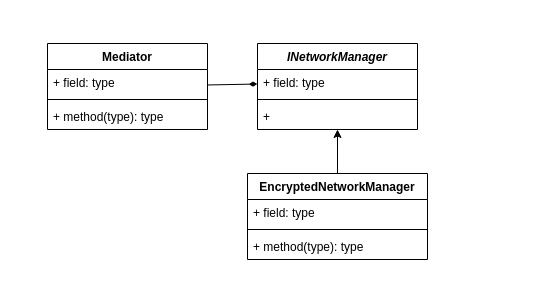
ahmedmagdy492/Snakes-And-Ladders keeps this draw.io diagram as Plan/Networking/.drawio. Above is the earlier version. Source tidied: cells renumbered, new cells numbered last; positions are measured from the earlier drawing's top-left corner, leaving out a move shared by most shapes. Both pictures are drawn from the tidied source at 100%, with x=0, y=0 at pixel (47, 43).
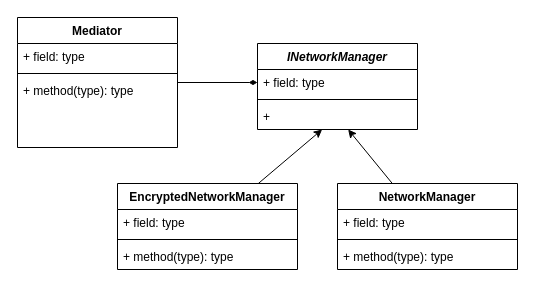
Above is the later version.

Unchanged cells that the change refers to:
```xml
<mxCell id="5" value="+&amp;nbsp;" style="text;strokeColor=none;fillColor=none;align=left;verticalAlign=top;spacingLeft=4;spacingRight=4;overflow=hidden;points=[[0,0.5],[1,0.5]];portConstraint=eastwest;whiteSpace=wrap;html=1;" parent="2" vertex="1">
  <mxGeometry y="60" width="160" height="26" as="geometry" />
</mxCell>
```

The edit, as a diff of the source:
```diff
@@
     <mxCell id="7" value="Mediator" style="swimlane;fontStyle=1;align=center;verticalAlign=top;horizontal=1;startSize=26;whiteSpace=wrap;html=1;" parent="1" vertex="1">
-      <mxGeometry width="160" height="86" as="geometry" />
+      <mxGeometry x="-30" y="-26" width="160" height="130" as="geometry" />
     </mxCell>
@@
     <mxCell id="10" value="+ method(type): type" style="text;strokeColor=none;fillColor=none;align=left;verticalAlign=top;spacingLeft=4;spacingRight=4;overflow=hidden;whiteSpace=wrap;html=1;" parent="7" vertex="1">
-      <mxGeometry y="60" width="160" height="26" as="geometry" />
+      <mxGeometry y="60" width="160" height="70" as="geometry" />
     </mxCell>
@@
     <mxCell id="12" value="EncryptedNetworkManager" style="swimlane;fontStyle=1;align=center;verticalAlign=top;horizontal=1;startSize=26;whiteSpace=wrap;html=1;" parent="1" vertex="1">
-      <mxGeometry x="200" y="130" width="180" height="86" as="geometry" />
+      <mxGeometry x="70" y="140" width="180" height="86" as="geometry" />
     </mxCell>
@@
+    <mxCell id="16" style="edgeStyle=none;html=1;" parent="1" edge="1" source="17" target="5">
+      <mxGeometry relative="1" as="geometry" />
+    </mxCell>
+    <mxCell id="17" value="NetworkManager" style="swimlane;fontStyle=1;align=center;verticalAlign=top;horizontal=1;startSize=26;whiteSpace=wrap;html=1;" parent="1" vertex="1">
+      <mxGeometry x="290" y="140" width="180" height="86" as="geometry" />
+    </mxCell>
+    <mxCell id="18" value="+ field: type" style="text;strokeColor=none;fillColor=none;align=left;verticalAlign=top;spacingLeft=4;spacingRight=4;overflow=hidden;whiteSpace=wrap;html=1;" parent="17" vertex="1">
+      <mxGeometry y="26" width="180" height="26" as="geometry" />
+    </mxCell>
+    <mxCell id="19" style="line;strokeWidth=1;fillColor=none;align=left;verticalAlign=middle;spacingTop=-1;spacingLeft=3;spacingRight=3;labelPosition=right;strokeColor=inherit;" parent="17" vertex="1">
+      <mxGeometry y="52" width="180" height="8" as="geometry" />
+    </mxCell>
+    <mxCell id="20" value="+ method(type): type" style="text;strokeColor=none;fillColor=none;align=left;verticalAlign=top;spacingLeft=4;spacingRight=4;overflow=hidden;whiteSpace=wrap;html=1;" parent="17" vertex="1">
+      <mxGeometry y="60" width="180" height="26" as="geometry" />
+    </mxCell>
```
